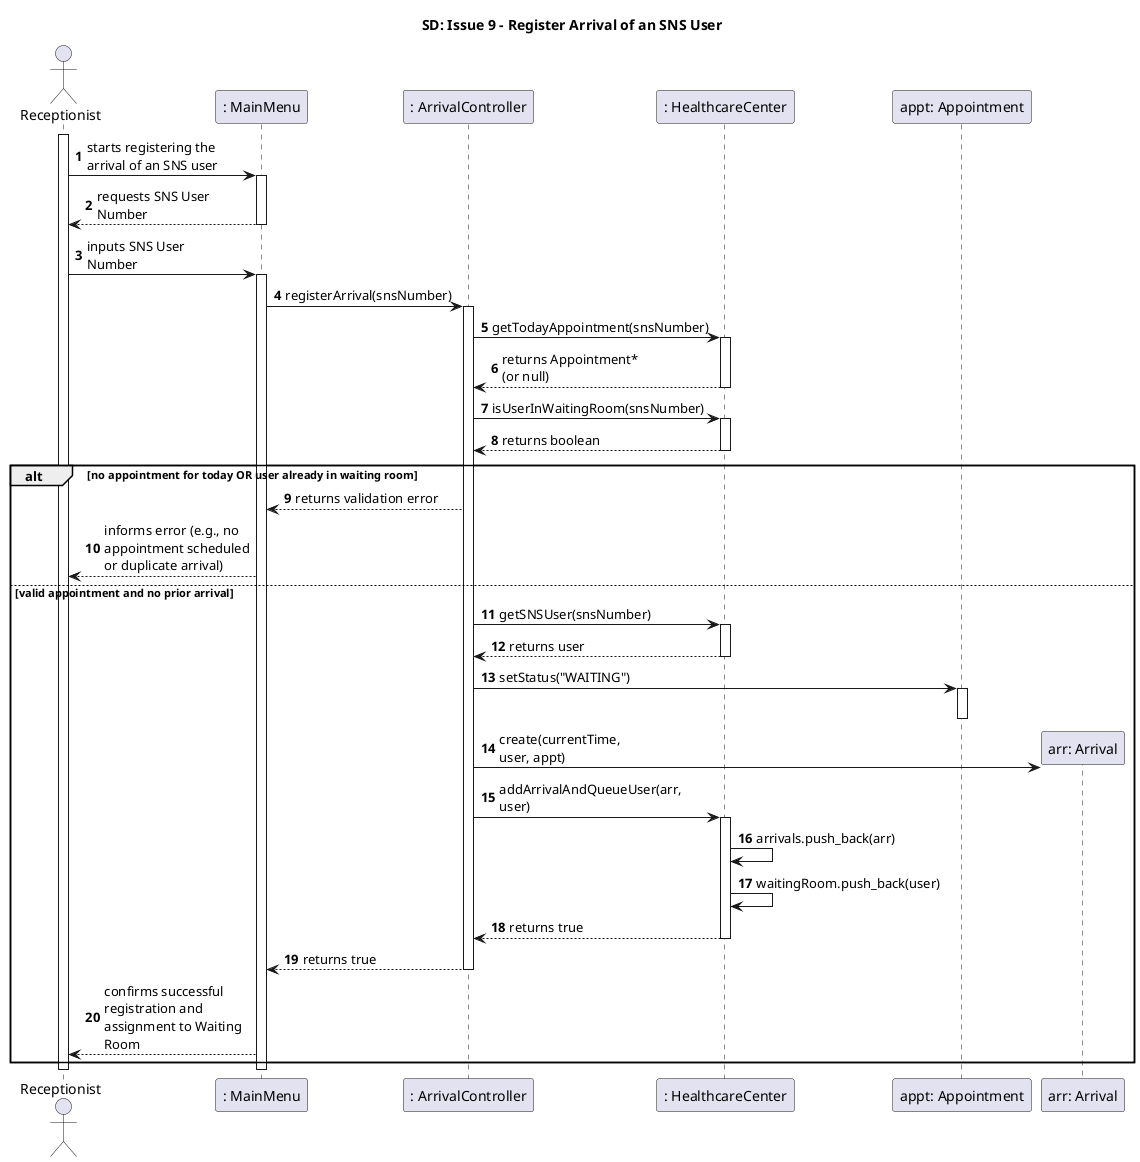
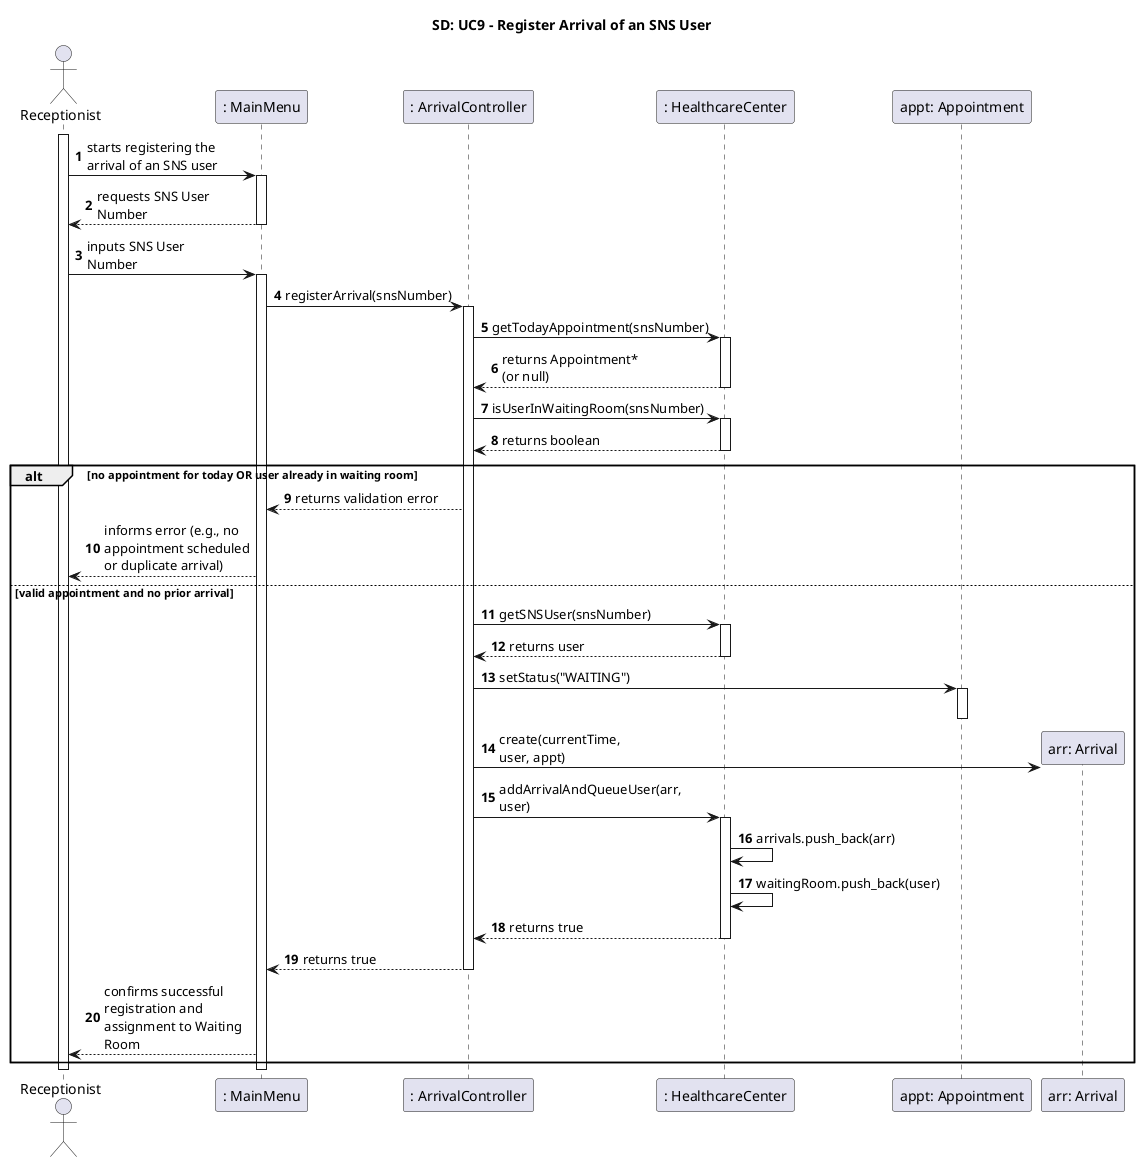
@startuml SD_RegisterArrival
- title SD: Issue 9 - Register Arrival of an SNS User
+ title SD: UC9 - Register Arrival of an SNS User
skinparam maxMessageSize 150

actor "Receptionist" as Rec
participant ": MainMenu" as UI
participant ": ArrivalController" as CTRL
participant ": HealthcareCenter" as HC
participant "appt: Appointment" as Appt
participant "arr: Arrival" as Arr

autonumber

activate Rec
Rec -> UI: starts registering the arrival of an SNS user
activate UI

UI --> Rec: requests SNS User Number
deactivate UI

Rec -> UI: inputs SNS User Number
activate UI

UI -> CTRL: registerArrival(snsNumber)
activate CTRL

CTRL -> HC: getTodayAppointment(snsNumber)
activate HC
HC --> CTRL: returns Appointment* (or null)
deactivate HC

CTRL -> HC: isUserInWaitingRoom(snsNumber)
activate HC
HC --> CTRL: returns boolean
deactivate HC

alt no appointment for today OR user already in waiting room
    CTRL --> UI: returns validation error
    UI --> Rec: informs error (e.g., no appointment scheduled or duplicate arrival)
else valid appointment and no prior arrival

    CTRL -> HC: getSNSUser(snsNumber)
    activate HC
    HC --> CTRL: returns user
    deactivate HC

    CTRL -> Appt: setStatus("WAITING")
    activate Appt
    deactivate Appt

    CTRL -> Arr ** : create(currentTime, user, appt)

    CTRL -> HC: addArrivalAndQueueUser(arr, user)
    activate HC
    HC -> HC: arrivals.push_back(arr)
    HC -> HC: waitingRoom.push_back(user)
    HC --> CTRL: returns true
    deactivate HC

    CTRL --> UI: returns true
    deactivate CTRL

    UI --> Rec: confirms successful registration and assignment to Waiting Room
end

deactivate UI
deactivate Rec
@enduml